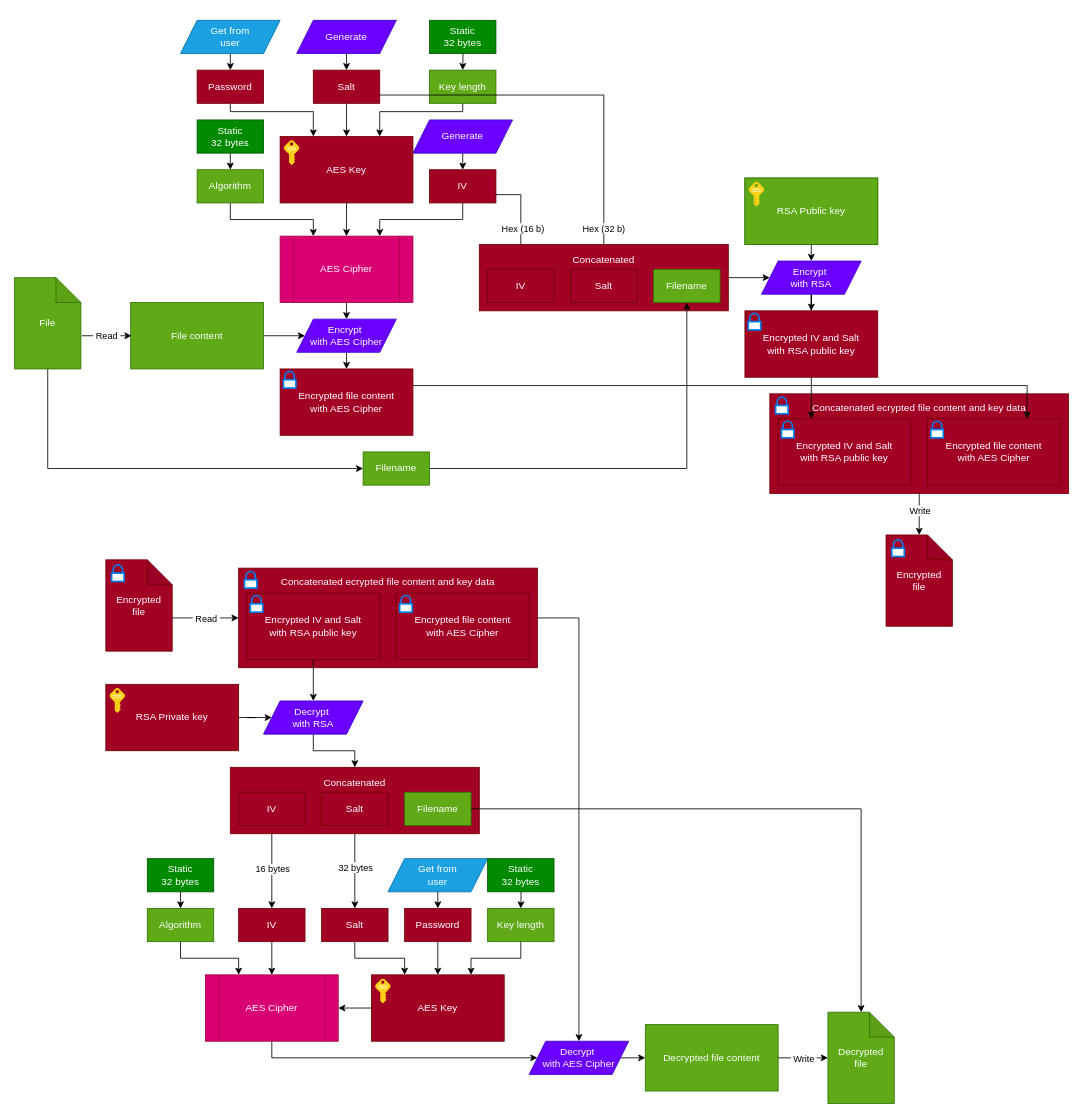
This is CryptoneCipher.drawio from vansisto/CryptonePlus, a draw.io file, before an edit. Source tidied: cells renumbered, new cells numbered last; positions are measured from the earlier drawing's top-left corner, leaving out a move shared by most shapes. Both pictures are drawn from the tidied source at 83%, with x=0, y=0 at pixel (14, 20).
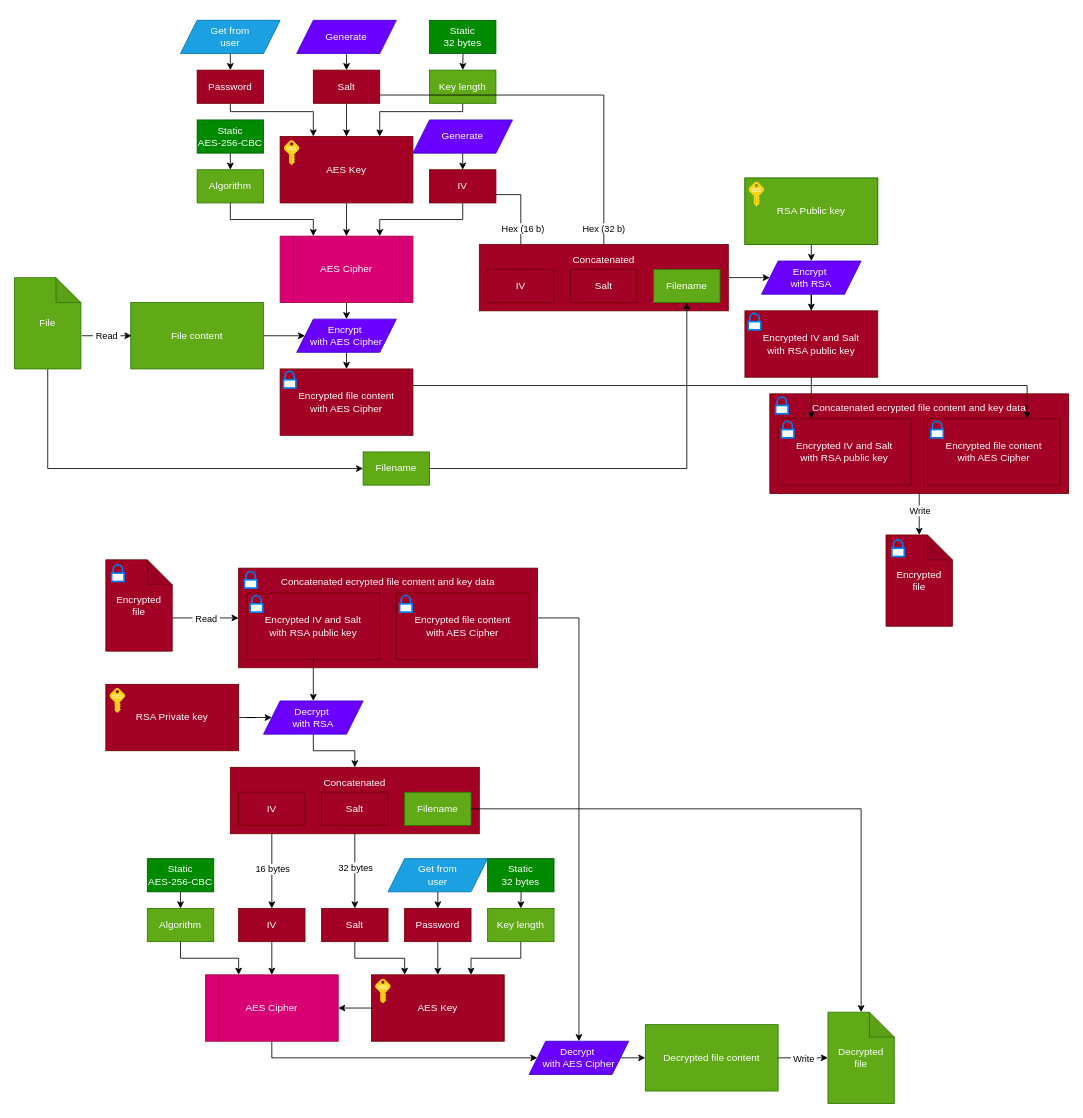
The same page after the edit.

Commit message (it also covers changes not shown here):
C87 (v0.6.2): Updated architecture diagram

The edit, as a diff of the source:
```diff
@@
-    <mxCell id="19" value="Static&lt;div&gt;32 bytes&lt;/div&gt;" style="rounded=0;whiteSpace=wrap;html=1;fillColor=#008a00;fontColor=#ffffff;strokeColor=#005700;" parent="1" vertex="1">
+    <mxCell id="19" value="&lt;div&gt;Static&lt;/div&gt;AES-256-CBC" style="rounded=0;whiteSpace=wrap;html=1;fillColor=#008a00;fontColor=#ffffff;strokeColor=#005700;" parent="1" vertex="1">
       <mxGeometry x="220" y="120" width="80" height="40" as="geometry" />
     </mxCell>
@@
-    <mxCell id="112" value="Static&lt;div&gt;32 bytes&lt;/div&gt;" style="rounded=0;whiteSpace=wrap;html=1;fillColor=#008a00;fontColor=#ffffff;strokeColor=#005700;" parent="1" vertex="1">
+    <mxCell id="112" value="&lt;div&gt;Static&lt;/div&gt;AES-256-CBC" style="rounded=0;whiteSpace=wrap;html=1;fillColor=#008a00;fontColor=#ffffff;strokeColor=#005700;" parent="1" vertex="1">
       <mxGeometry x="160" y="1010" width="80" height="40" as="geometry" />
     </mxCell>
```
